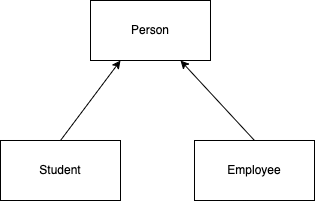
Earlier version of the draw.io export examples/concepts.dio.png (vinod-kayartaya/target-python-may-2024). Source tidied: cells renumbered, new cells last; positions are measured from the earlier drawing's top-left corner, leaving out a move shared by most shapes. The source it was exported from:
```xml
<mxGraphModel>
  <root>
    <mxCell id="0" />
    <mxCell id="1" parent="0" />
    <mxCell id="2" value="Person" style="rounded=0;whiteSpace=wrap;html=1;" parent="1" vertex="1">
      <mxGeometry x="90" width="120" height="60" as="geometry" />
    </mxCell>
    <mxCell id="3" style="edgeStyle=none;html=1;exitX=0.5;exitY=0;exitDx=0;exitDy=0;entryX=0.25;entryY=1;entryDx=0;entryDy=0;" parent="1" edge="1" source="4" target="2">
      <mxGeometry relative="1" as="geometry" />
    </mxCell>
    <mxCell id="4" value="Student" style="rounded=0;whiteSpace=wrap;html=1;" parent="1" vertex="1">
      <mxGeometry y="140" width="120" height="60" as="geometry" />
    </mxCell>
    <mxCell id="5" style="edgeStyle=none;html=1;exitX=0.5;exitY=0;exitDx=0;exitDy=0;entryX=0.75;entryY=1;entryDx=0;entryDy=0;" parent="1" edge="1" source="6" target="2">
      <mxGeometry relative="1" as="geometry" />
    </mxCell>
    <mxCell id="6" value="Employee" style="rounded=0;whiteSpace=wrap;html=1;" parent="1" vertex="1">
      <mxGeometry x="194" y="140" width="120" height="60" as="geometry" />
    </mxCell>
  </root>
</mxGraphModel>
```
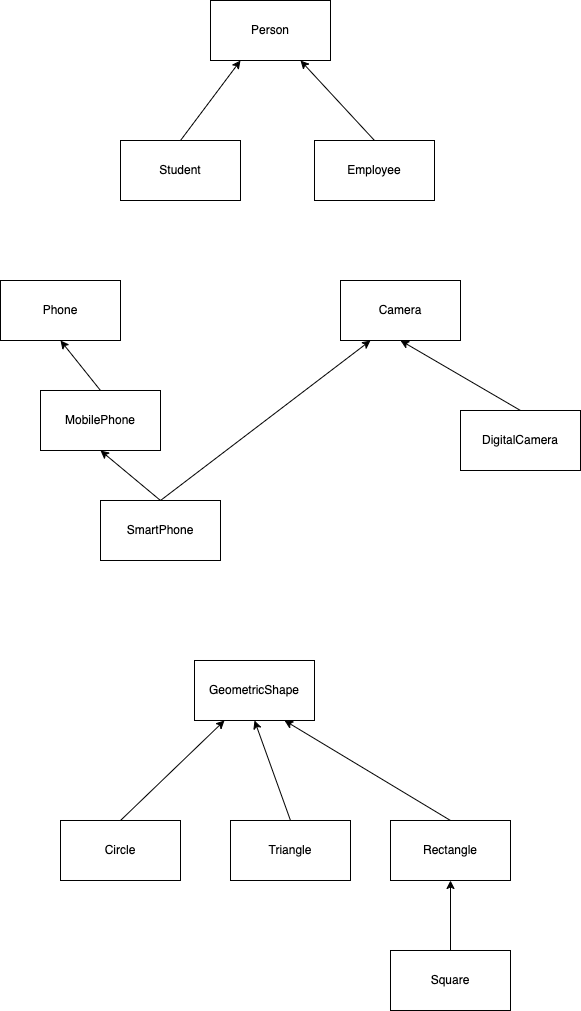
Later version of the same file.

What changed in the source:
```diff
@@ -17,5 +17,59 @@
     <mxCell id="6" value="Employee" style="rounded=0;whiteSpace=wrap;html=1;" parent="1" vertex="1">
       <mxGeometry x="194" y="140" width="120" height="60" as="geometry" />
     </mxCell>
+    <mxCell id="7" value="Phone" style="rounded=0;whiteSpace=wrap;html=1;" parent="1" vertex="1">
+      <mxGeometry x="-120" y="280" width="120" height="60" as="geometry" />
+    </mxCell>
+    <mxCell id="8" style="edgeStyle=none;html=1;exitX=0.5;exitY=0;exitDx=0;exitDy=0;entryX=0.5;entryY=1;entryDx=0;entryDy=0;" parent="1" edge="1" source="9" target="7">
+      <mxGeometry relative="1" as="geometry" />
+    </mxCell>
+    <mxCell id="9" value="MobilePhone" style="rounded=0;whiteSpace=wrap;html=1;" parent="1" vertex="1">
+      <mxGeometry x="-80" y="390" width="120" height="60" as="geometry" />
+    </mxCell>
+    <mxCell id="10" style="edgeStyle=none;html=1;exitX=0.5;exitY=0;exitDx=0;exitDy=0;entryX=0.5;entryY=1;entryDx=0;entryDy=0;" parent="1" edge="1" source="12" target="9">
+      <mxGeometry relative="1" as="geometry" />
+    </mxCell>
+    <mxCell id="11" style="edgeStyle=none;html=1;exitX=0.5;exitY=0;exitDx=0;exitDy=0;entryX=0.25;entryY=1;entryDx=0;entryDy=0;" parent="1" edge="1" source="12" target="13">
+      <mxGeometry relative="1" as="geometry" />
+    </mxCell>
+    <mxCell id="12" value="SmartPhone" style="rounded=0;whiteSpace=wrap;html=1;" parent="1" vertex="1">
+      <mxGeometry x="-20" y="500" width="120" height="60" as="geometry" />
+    </mxCell>
+    <mxCell id="13" value="Camera" style="rounded=0;whiteSpace=wrap;html=1;" parent="1" vertex="1">
+      <mxGeometry x="220" y="280" width="120" height="60" as="geometry" />
+    </mxCell>
+    <mxCell id="14" style="edgeStyle=none;html=1;exitX=0.5;exitY=0;exitDx=0;exitDy=0;entryX=0.5;entryY=1;entryDx=0;entryDy=0;" parent="1" edge="1" source="15" target="13">
+      <mxGeometry relative="1" as="geometry" />
+    </mxCell>
+    <mxCell id="15" value="DigitalCamera" style="rounded=0;whiteSpace=wrap;html=1;" parent="1" vertex="1">
+      <mxGeometry x="340" y="410" width="120" height="60" as="geometry" />
+    </mxCell>
+    <mxCell id="16" value="GeometricShape" style="rounded=0;whiteSpace=wrap;html=1;" parent="1" vertex="1">
+      <mxGeometry x="74" y="660" width="120" height="60" as="geometry" />
+    </mxCell>
+    <mxCell id="17" style="edgeStyle=none;html=1;exitX=0.5;exitY=0;exitDx=0;exitDy=0;entryX=0.25;entryY=1;entryDx=0;entryDy=0;" parent="1" edge="1" source="18" target="16">
+      <mxGeometry relative="1" as="geometry" />
+    </mxCell>
+    <mxCell id="18" value="Circle" style="rounded=0;whiteSpace=wrap;html=1;" parent="1" vertex="1">
+      <mxGeometry x="-60" y="820" width="120" height="60" as="geometry" />
+    </mxCell>
+    <mxCell id="19" style="edgeStyle=none;html=1;exitX=0.5;exitY=0;exitDx=0;exitDy=0;entryX=0.5;entryY=1;entryDx=0;entryDy=0;" parent="1" edge="1" source="20" target="16">
+      <mxGeometry relative="1" as="geometry" />
+    </mxCell>
+    <mxCell id="20" value="Triangle" style="rounded=0;whiteSpace=wrap;html=1;" parent="1" vertex="1">
+      <mxGeometry x="110" y="820" width="120" height="60" as="geometry" />
+    </mxCell>
+    <mxCell id="21" style="edgeStyle=none;html=1;exitX=0.5;exitY=0;exitDx=0;exitDy=0;entryX=0.75;entryY=1;entryDx=0;entryDy=0;" parent="1" edge="1" source="22" target="16">
+      <mxGeometry relative="1" as="geometry" />
+    </mxCell>
+    <mxCell id="22" value="Rectangle" style="rounded=0;whiteSpace=wrap;html=1;" parent="1" vertex="1">
+      <mxGeometry x="270" y="820" width="120" height="60" as="geometry" />
+    </mxCell>
+    <mxCell id="23" style="edgeStyle=none;html=1;exitX=0.5;exitY=0;exitDx=0;exitDy=0;entryX=0.5;entryY=1;entryDx=0;entryDy=0;" parent="1" edge="1" source="24" target="22">
+      <mxGeometry relative="1" as="geometry" />
+    </mxCell>
+    <mxCell id="24" value="Square" style="rounded=0;whiteSpace=wrap;html=1;" parent="1" vertex="1">
+      <mxGeometry x="270" y="950" width="120" height="60" as="geometry" />
+    </mxCell>
   </root>
 </mxGraphModel>
```
